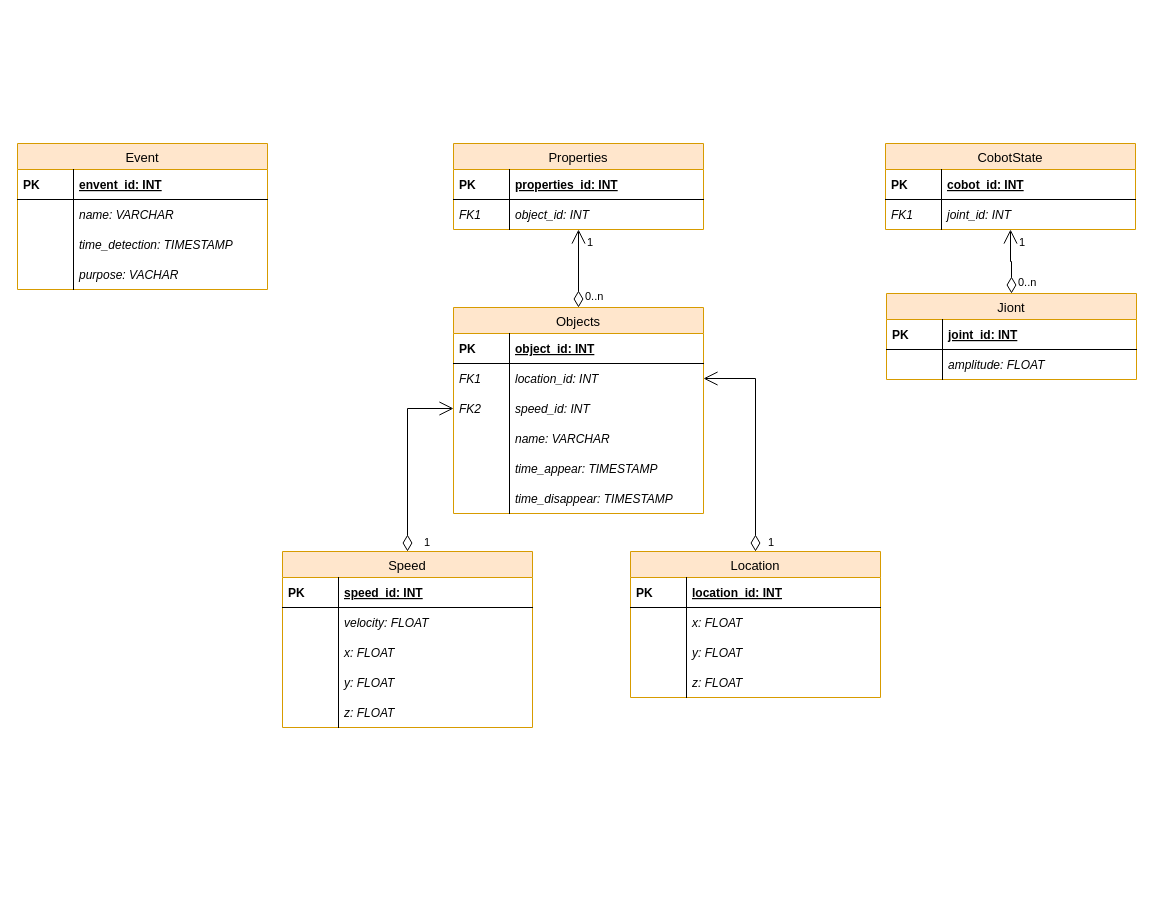
Above: page "Trang-10" (9 of 9) of user_diagram.drawio in LTDat-HustK65/GP_main_system (draw.io), before the change. Source tidied: cells renumbered, new cells numbered last; positions are measured from the earlier drawing's top-left corner, leaving out a move shared by most shapes. Both pictures are drawn from the tidied source at 100%, with x=0, y=0 at pixel (17, 143).
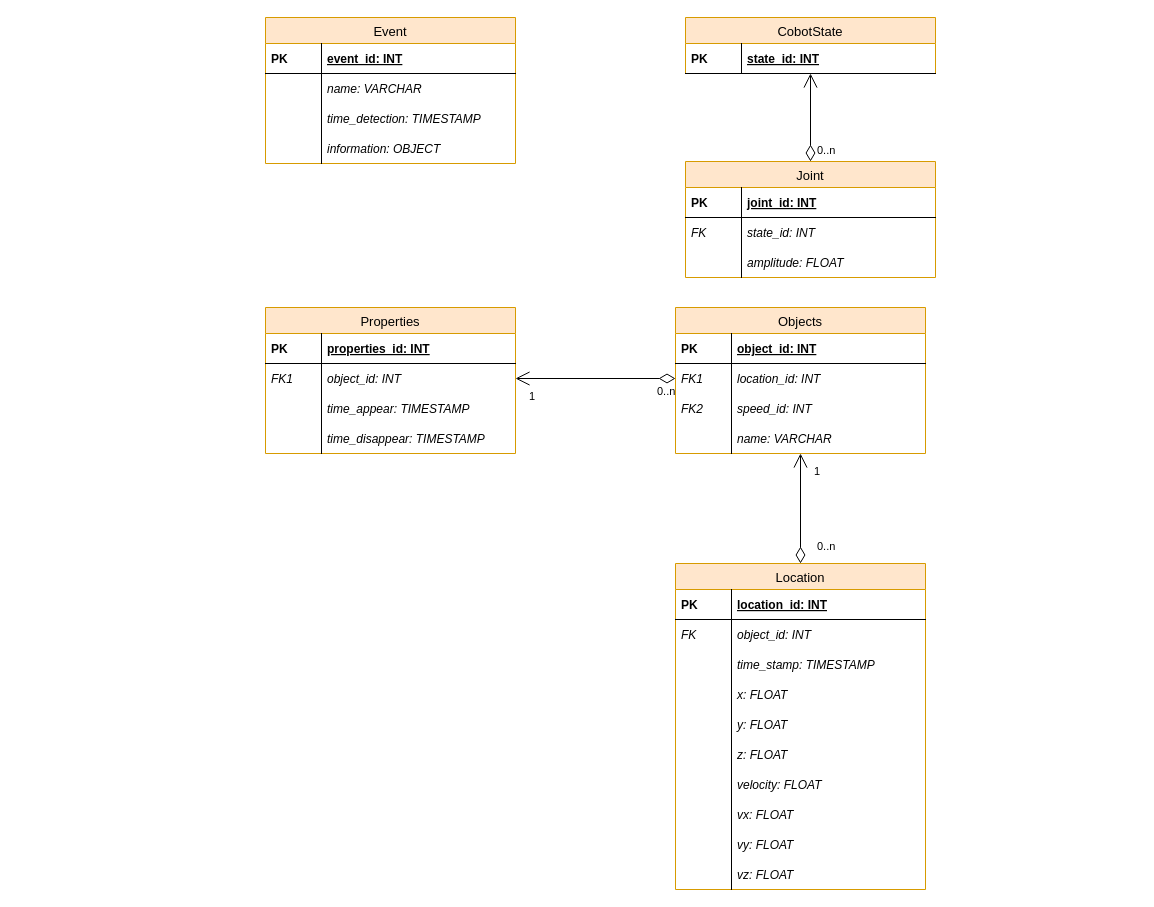
After the change.

The change refers to these unchanged cells:
```xml
<mxCell id="5" value="object_id: INT" style="shape=partialRectangle;top=0;left=0;right=0;bottom=0;align=left;verticalAlign=middle;fillColor=none;spacingLeft=60;spacingRight=4;overflow=hidden;points=[[0,0.5],[1,0.5]];portConstraint=eastwest;fontStyle=2;fontSize=12;strokeColor=none;" parent="2" vertex="1">
  <mxGeometry y="56" width="250" height="30" as="geometry" />
</mxCell>
<mxCell id="10" value="location_id: INT" style="shape=partialRectangle;top=0;left=0;right=0;bottom=0;align=left;verticalAlign=middle;fillColor=none;spacingLeft=60;spacingRight=4;overflow=hidden;points=[[0,0.5],[1,0.5]];portConstraint=eastwest;fontStyle=2;fontSize=12;strokeColor=none;" parent="7" vertex="1">
  <mxGeometry y="56" width="250" height="30" as="geometry" />
</mxCell>
<mxCell id="12" value="speed_id: INT" style="shape=partialRectangle;top=0;left=0;right=0;bottom=0;align=left;verticalAlign=middle;fillColor=none;spacingLeft=60;spacingRight=4;overflow=hidden;points=[[0,0.5],[1,0.5]];portConstraint=eastwest;fontStyle=2;fontSize=12;strokeColor=none;" parent="7" vertex="1">
  <mxGeometry y="86" width="250" height="30" as="geometry" />
</mxCell>
<mxCell id="55" style="endArrow=open;html=1;endSize=12;startArrow=diamondThin;startSize=14;startFill=0;edgeStyle=orthogonalEdgeStyle;rounded=0;exitX=0.5;exitY=0;exitDx=0;exitDy=0;" parent="1" edge="1" source="50" target="45">
  <mxGeometry relative="1" as="geometry" />
</mxCell>
```

Diff of the diagram source:
```diff
@@
     <mxCell id="2" value="Properties" style="swimlane;fontStyle=0;horizontal=1;startSize=26;fillColor=#ffe6cc;swimlaneFillColor=#ffffff;align=center;strokeWidth=1;fontSize=13;strokeColor=#d79b00;" parent="1" vertex="1">
-      <mxGeometry x="436" width="250" height="86" as="geometry" />
+      <mxGeometry x="248" y="164" width="250" height="146" as="geometry" />
     </mxCell>
@@
+    <mxCell id="16" value="time_appear: TIMESTAMP" style="shape=partialRectangle;top=0;left=0;right=0;bottom=0;align=left;verticalAlign=middle;fillColor=none;spacingLeft=60;spacingRight=4;overflow=hidden;fontStyle=2;fontSize=12;strokeColor=none;" parent="2" vertex="1">
+      <mxGeometry y="86" width="250" height="30" as="geometry" />
+    </mxCell>
+    <mxCell id="17" style="shape=partialRectangle;fontStyle=2;top=0;left=0;bottom=0;fillColor=none;align=left;verticalAlign=middle;spacingLeft=4;spacingRight=4;overflow=hidden;fontSize=12;" parent="16" vertex="1">
+      <mxGeometry width="56" height="30" as="geometry" />
+    </mxCell>
+    <mxCell id="18" value="time_disappear: TIMESTAMP" style="shape=partialRectangle;top=0;left=0;right=0;bottom=0;align=left;verticalAlign=middle;fillColor=none;spacingLeft=60;spacingRight=4;overflow=hidden;fontStyle=2;fontSize=12;strokeColor=none;" parent="2" vertex="1">
+      <mxGeometry y="116" width="250" height="30" as="geometry" />
+    </mxCell>
+    <mxCell id="19" style="shape=partialRectangle;fontStyle=2;top=0;left=0;bottom=0;fillColor=none;align=left;verticalAlign=middle;spacingLeft=4;spacingRight=4;overflow=hidden;fontSize=12;" parent="18" vertex="1">
+      <mxGeometry width="56" height="30" as="geometry" />
+    </mxCell>
     <mxCell id="7" value="Objects" style="swimlane;fontStyle=0;horizontal=1;startSize=26;fillColor=#ffe6cc;swimlaneFillColor=#ffffff;align=center;strokeWidth=1;fontSize=13;strokeColor=#d79b00;" parent="1" vertex="1">
-      <mxGeometry x="436" y="164" width="250" height="206" as="geometry" />
+      <mxGeometry x="658" y="164" width="250" height="146" as="geometry" />
     </mxCell>
@@
-    <mxCell id="16" value="time_appear: TIMESTAMP" style="shape=partialRectangle;top=0;left=0;right=0;bottom=0;align=left;verticalAlign=middle;fillColor=none;spacingLeft=60;spacingRight=4;overflow=hidden;fontStyle=2;fontSize=12;strokeColor=none;" parent="7" vertex="1">
-      <mxGeometry y="146" width="250" height="30" as="geometry" />
-    </mxCell>
-    <mxCell id="17" style="shape=partialRectangle;fontStyle=2;top=0;left=0;bottom=0;fillColor=none;align=left;verticalAlign=middle;spacingLeft=4;spacingRight=4;overflow=hidden;fontSize=12;" parent="16" vertex="1">
-      <mxGeometry width="56" height="30" as="geometry" />
-    </mxCell>
-    <mxCell id="18" value="time_disappear: TIMESTAMP" style="shape=partialRectangle;top=0;left=0;right=0;bottom=0;align=left;verticalAlign=middle;fillColor=none;spacingLeft=60;spacingRight=4;overflow=hidden;fontStyle=2;fontSize=12;strokeColor=none;" parent="7" vertex="1">
-      <mxGeometry y="176" width="250" height="30" as="geometry" />
-    </mxCell>
-    <mxCell id="19" style="shape=partialRectangle;fontStyle=2;top=0;left=0;bottom=0;fillColor=none;align=left;verticalAlign=middle;spacingLeft=4;spacingRight=4;overflow=hidden;fontSize=12;" parent="18" vertex="1">
-      <mxGeometry width="56" height="30" as="geometry" />
-    </mxCell>
-    <mxCell id="20" value="Speed" style="swimlane;fontStyle=0;horizontal=1;startSize=26;fillColor=#ffe6cc;swimlaneFillColor=#ffffff;align=center;strokeWidth=1;fontSize=13;strokeColor=#d79b00;" parent="1" vertex="1">
-      <mxGeometry x="265" y="408" width="250" height="176" as="geometry" />
-    </mxCell>
-    <mxCell id="21" value="speed_id: INT" style="shape=partialRectangle;top=0;left=0;right=0;bottom=1;align=left;verticalAlign=middle;fillColor=none;spacingLeft=60;spacingRight=4;overflow=hidden;fontStyle=5;fontSize=12;strokeColor=#000000;perimeterSpacing=0;" parent="20" vertex="1">
-      <mxGeometry y="26" width="250" height="30" as="geometry" />
-    </mxCell>
-    <mxCell id="22" value="PK" style="shape=partialRectangle;fontStyle=1;top=0;left=0;bottom=0;fillColor=none;align=left;verticalAlign=middle;spacingLeft=4;spacingRight=4;overflow=hidden;fontSize=12;" parent="21" vertex="1">
-      <mxGeometry width="56" height="30" as="geometry" />
-    </mxCell>
+    <mxCell id="31" value="Location" style="swimlane;fontStyle=0;horizontal=1;startSize=26;fillColor=#ffe6cc;swimlaneFillColor=#ffffff;align=center;strokeWidth=1;fontSize=13;strokeColor=#d79b00;" parent="1" vertex="1">
+      <mxGeometry x="658" y="420" width="250" height="326" as="geometry" />
+    </mxCell>
+    <mxCell id="32" value="location_id: INT" style="shape=partialRectangle;top=0;left=0;right=0;bottom=1;align=left;verticalAlign=middle;fillColor=none;spacingLeft=60;spacingRight=4;overflow=hidden;fontStyle=5;fontSize=12;strokeColor=#000000;perimeterSpacing=0;" parent="31" vertex="1">
+      <mxGeometry y="26" width="250" height="30" as="geometry" />
+    </mxCell>
+    <mxCell id="33" value="PK" style="shape=partialRectangle;fontStyle=1;top=0;left=0;bottom=0;fillColor=none;align=left;verticalAlign=middle;spacingLeft=4;spacingRight=4;overflow=hidden;fontSize=12;" parent="32" vertex="1">
+      <mxGeometry width="56" height="30" as="geometry" />
+    </mxCell>
+    <mxCell id="67" value="object_id: INT" style="shape=partialRectangle;top=0;left=0;right=0;bottom=0;align=left;verticalAlign=middle;fillColor=none;spacingLeft=60;spacingRight=4;overflow=hidden;fontStyle=2;fontSize=12;strokeColor=none;" parent="31" vertex="1">
+      <mxGeometry y="56" width="250" height="30" as="geometry" />
+    </mxCell>
+    <mxCell id="68" value="FK" style="shape=partialRectangle;fontStyle=2;top=0;left=0;bottom=0;fillColor=none;align=left;verticalAlign=middle;spacingLeft=4;spacingRight=4;overflow=hidden;fontSize=12;" parent="67" vertex="1">
+      <mxGeometry width="56" height="30" as="geometry" />
+    </mxCell>
+    <mxCell id="69" value="time_stamp: TIMESTAMP" style="shape=partialRectangle;top=0;left=0;right=0;bottom=0;align=left;verticalAlign=middle;fillColor=none;spacingLeft=60;spacingRight=4;overflow=hidden;fontStyle=2;fontSize=12;strokeColor=none;" parent="31" vertex="1">
+      <mxGeometry y="86" width="250" height="30" as="geometry" />
+    </mxCell>
+    <mxCell id="70" style="shape=partialRectangle;fontStyle=2;top=0;left=0;bottom=0;fillColor=none;align=left;verticalAlign=middle;spacingLeft=4;spacingRight=4;overflow=hidden;fontSize=12;" parent="69" vertex="1">
+      <mxGeometry width="56" height="30" as="geometry" />
+    </mxCell>
+    <mxCell id="34" value="x: FLOAT" style="shape=partialRectangle;top=0;left=0;right=0;bottom=0;align=left;verticalAlign=middle;fillColor=none;spacingLeft=60;spacingRight=4;overflow=hidden;fontStyle=2;fontSize=12;strokeColor=none;" parent="31" vertex="1">
+      <mxGeometry y="116" width="250" height="30" as="geometry" />
+    </mxCell>
+    <mxCell id="35" style="shape=partialRectangle;fontStyle=2;top=0;left=0;bottom=0;fillColor=none;align=left;verticalAlign=middle;spacingLeft=4;spacingRight=4;overflow=hidden;fontSize=12;" parent="34" vertex="1">
+      <mxGeometry width="56" height="30" as="geometry" />
+    </mxCell>
+    <mxCell id="36" value="y: FLOAT" style="shape=partialRectangle;top=0;left=0;right=0;bottom=0;align=left;verticalAlign=middle;fillColor=none;spacingLeft=60;spacingRight=4;overflow=hidden;fontStyle=2;fontSize=12;strokeColor=none;" parent="31" vertex="1">
+      <mxGeometry y="146" width="250" height="30" as="geometry" />
+    </mxCell>
+    <mxCell id="37" style="shape=partialRectangle;fontStyle=2;top=0;left=0;bottom=0;fillColor=none;align=left;verticalAlign=middle;spacingLeft=4;spacingRight=4;overflow=hidden;fontSize=12;" parent="36" vertex="1">
+      <mxGeometry width="56" height="30" as="geometry" />
+    </mxCell>
+    <mxCell id="38" value="z: FLOAT" style="shape=partialRectangle;top=0;left=0;right=0;bottom=0;align=left;verticalAlign=middle;fillColor=none;spacingLeft=60;spacingRight=4;overflow=hidden;fontStyle=2;fontSize=12;strokeColor=none;" parent="31" vertex="1">
+      <mxGeometry y="176" width="250" height="30" as="geometry" />
+    </mxCell>
+    <mxCell id="71" style="shape=partialRectangle;fontStyle=2;top=0;left=0;bottom=0;fillColor=none;align=left;verticalAlign=middle;spacingLeft=4;spacingRight=4;overflow=hidden;fontSize=12;" parent="38" vertex="1">
+      <mxGeometry width="56" height="30" as="geometry" />
+    </mxCell>
-    <mxCell id="23" value="velocity: FLOAT" style="shape=partialRectangle;top=0;left=0;right=0;bottom=0;align=left;verticalAlign=middle;fillColor=none;spacingLeft=60;spacingRight=4;overflow=hidden;fontStyle=2;fontSize=12;strokeColor=none;" parent="20" vertex="1">
-      <mxGeometry y="56" width="250" height="30" as="geometry" />
+    <mxCell id="23" value="velocity: FLOAT" style="shape=partialRectangle;top=0;left=0;right=0;bottom=0;align=left;verticalAlign=middle;fillColor=none;spacingLeft=60;spacingRight=4;overflow=hidden;fontStyle=2;fontSize=12;strokeColor=none;" parent="31" vertex="1">
+      <mxGeometry y="206" width="250" height="30" as="geometry" />
     </mxCell>
@@
-    <mxCell id="25" value="x: FLOAT" style="shape=partialRectangle;top=0;left=0;right=0;bottom=0;align=left;verticalAlign=middle;fillColor=none;spacingLeft=60;spacingRight=4;overflow=hidden;fontStyle=2;fontSize=12;strokeColor=none;" parent="20" vertex="1">
-      <mxGeometry y="86" width="250" height="30" as="geometry" />
+    <mxCell id="25" value="vx: FLOAT" style="shape=partialRectangle;top=0;left=0;right=0;bottom=0;align=left;verticalAlign=middle;fillColor=none;spacingLeft=60;spacingRight=4;overflow=hidden;fontStyle=2;fontSize=12;strokeColor=none;" parent="31" vertex="1">
+      <mxGeometry y="236" width="250" height="30" as="geometry" />
     </mxCell>
@@
-    <mxCell id="27" value="y: FLOAT" style="shape=partialRectangle;top=0;left=0;right=0;bottom=0;align=left;verticalAlign=middle;fillColor=none;spacingLeft=60;spacingRight=4;overflow=hidden;fontStyle=2;fontSize=12;strokeColor=none;" parent="20" vertex="1">
-      <mxGeometry y="116" width="250" height="30" as="geometry" />
+    <mxCell id="27" value="vy: FLOAT" style="shape=partialRectangle;top=0;left=0;right=0;bottom=0;align=left;verticalAlign=middle;fillColor=none;spacingLeft=60;spacingRight=4;overflow=hidden;fontStyle=2;fontSize=12;strokeColor=none;" parent="31" vertex="1">
+      <mxGeometry y="266" width="250" height="30" as="geometry" />
     </mxCell>
@@
-    <mxCell id="29" value="z: FLOAT" style="shape=partialRectangle;top=0;left=0;right=0;bottom=0;align=left;verticalAlign=middle;fillColor=none;spacingLeft=60;spacingRight=4;overflow=hidden;fontStyle=2;fontSize=12;strokeColor=none;" parent="20" vertex="1">
-      <mxGeometry y="146" width="250" height="30" as="geometry" />
+    <mxCell id="29" value="vz: FLOAT" style="shape=partialRectangle;top=0;left=0;right=0;bottom=0;align=left;verticalAlign=middle;fillColor=none;spacingLeft=60;spacingRight=4;overflow=hidden;fontStyle=2;fontSize=12;strokeColor=none;" parent="31" vertex="1">
+      <mxGeometry y="296" width="250" height="30" as="geometry" />
     </mxCell>
@@
-    <mxCell id="31" value="Location" style="swimlane;fontStyle=0;horizontal=1;startSize=26;fillColor=#ffe6cc;swimlaneFillColor=#ffffff;align=center;strokeWidth=1;fontSize=13;strokeColor=#d79b00;" parent="1" vertex="1">
-      <mxGeometry x="613" y="408" width="250" height="146" as="geometry" />
-    </mxCell>
-    <mxCell id="32" value="location_id: INT" style="shape=partialRectangle;top=0;left=0;right=0;bottom=1;align=left;verticalAlign=middle;fillColor=none;spacingLeft=60;spacingRight=4;overflow=hidden;fontStyle=5;fontSize=12;strokeColor=#000000;perimeterSpacing=0;" parent="31" vertex="1">
-      <mxGeometry y="26" width="250" height="30" as="geometry" />
-    </mxCell>
-    <mxCell id="33" value="PK" style="shape=partialRectangle;fontStyle=1;top=0;left=0;bottom=0;fillColor=none;align=left;verticalAlign=middle;spacingLeft=4;spacingRight=4;overflow=hidden;fontSize=12;" parent="32" vertex="1">
-      <mxGeometry width="56" height="30" as="geometry" />
-    </mxCell>
-    <mxCell id="34" value="x: FLOAT" style="shape=partialRectangle;top=0;left=0;right=0;bottom=0;align=left;verticalAlign=middle;fillColor=none;spacingLeft=60;spacingRight=4;overflow=hidden;fontStyle=2;fontSize=12;strokeColor=none;" parent="31" vertex="1">
-      <mxGeometry y="56" width="250" height="30" as="geometry" />
-    </mxCell>
-    <mxCell id="35" style="shape=partialRectangle;fontStyle=2;top=0;left=0;bottom=0;fillColor=none;align=left;verticalAlign=middle;spacingLeft=4;spacingRight=4;overflow=hidden;fontSize=12;" parent="34" vertex="1">
-      <mxGeometry width="56" height="30" as="geometry" />
-    </mxCell>
-    <mxCell id="36" value="y: FLOAT" style="shape=partialRectangle;top=0;left=0;right=0;bottom=0;align=left;verticalAlign=middle;fillColor=none;spacingLeft=60;spacingRight=4;overflow=hidden;fontStyle=2;fontSize=12;strokeColor=none;" parent="31" vertex="1">
-      <mxGeometry y="86" width="250" height="30" as="geometry" />
-    </mxCell>
-    <mxCell id="37" style="shape=partialRectangle;fontStyle=2;top=0;left=0;bottom=0;fillColor=none;align=left;verticalAlign=middle;spacingLeft=4;spacingRight=4;overflow=hidden;fontSize=12;" parent="36" vertex="1">
-      <mxGeometry width="56" height="30" as="geometry" />
-    </mxCell>
-    <mxCell id="38" value="z: FLOAT" style="shape=partialRectangle;top=0;left=0;right=0;bottom=0;align=left;verticalAlign=middle;fillColor=none;spacingLeft=60;spacingRight=4;overflow=hidden;fontStyle=2;fontSize=12;strokeColor=none;" parent="31" vertex="1">
-      <mxGeometry y="116" width="250" height="30" as="geometry" />
-    </mxCell>
-    <mxCell id="39" style="shape=partialRectangle;fontStyle=2;top=0;left=0;bottom=0;fillColor=none;align=left;verticalAlign=middle;spacingLeft=4;spacingRight=4;overflow=hidden;fontSize=12;" parent="38" vertex="1">
-      <mxGeometry width="56" height="30" as="geometry" />
-    </mxCell>
-    <mxCell id="40" style="endArrow=open;html=1;endSize=12;startArrow=diamondThin;startSize=14;startFill=0;edgeStyle=orthogonalEdgeStyle;rounded=0;exitX=0.5;exitY=0;exitDx=0;exitDy=0;" parent="1" edge="1" source="7" target="2">
-      <mxGeometry relative="1" as="geometry" />
-    </mxCell>
-    <mxCell id="41" value="0..n" style="edgeLabel;html=1;align=left;verticalAlign=top;" parent="40" vertex="1">
-      <mxGeometry x="-1" relative="1" as="geometry">
-        <mxPoint x="5" y="-24" as="offset" />
-      </mxGeometry>
-    </mxCell>
-    <mxCell id="42" value="1" style="edgeLabel;html=1;align=right;verticalAlign=top;" parent="40" vertex="1">
-      <mxGeometry x="1" relative="1" as="geometry">
-        <mxPoint x="15" as="offset" />
-      </mxGeometry>
-    </mxCell>
-    <mxCell id="43" value="1" style="endArrow=open;html=1;endSize=12;startArrow=diamondThin;startSize=14;startFill=0;edgeStyle=orthogonalEdgeStyle;align=left;verticalAlign=bottom;rounded=0;exitX=0.5;exitY=0;exitDx=0;exitDy=0;entryX=1;entryY=0.5;entryDx=0;entryDy=0;" parent="1" edge="1" source="31" target="10">
-      <mxGeometry x="-1" y="-11" relative="1" as="geometry" />
-    </mxCell>
-    <mxCell id="44" value="1" style="endArrow=open;html=1;endSize=12;startArrow=diamondThin;startSize=14;startFill=0;edgeStyle=orthogonalEdgeStyle;align=left;verticalAlign=bottom;rounded=0;exitX=0.5;exitY=0;exitDx=0;exitDy=0;entryX=0;entryY=0.5;entryDx=0;entryDy=0;" parent="1" edge="1" source="20" target="12">
-      <mxGeometry x="-1" y="-15" relative="1" as="geometry" />
-    </mxCell>
     <mxCell id="45" value="CobotState" style="swimlane;fontStyle=0;horizontal=1;startSize=26;fillColor=#ffe6cc;swimlaneFillColor=#ffffff;align=center;strokeWidth=1;fontSize=13;strokeColor=#d79b00;" parent="1" vertex="1">
-      <mxGeometry x="868" width="250" height="86" as="geometry" />
+      <mxGeometry x="668" y="-126" width="250" height="56" as="geometry" />
     </mxCell>
-    <mxCell id="46" value="cobot_id: INT" style="shape=partialRectangle;top=0;left=0;right=0;bottom=1;align=left;verticalAlign=middle;fillColor=none;spacingLeft=60;spacingRight=4;overflow=hidden;fontStyle=5;fontSize=12;strokeColor=#000000;perimeterSpacing=0;" parent="45" vertex="1">
+    <mxCell id="46" value="state_id: INT" style="shape=partialRectangle;top=0;left=0;right=0;bottom=1;align=left;verticalAlign=middle;fillColor=none;spacingLeft=60;spacingRight=4;overflow=hidden;fontStyle=5;fontSize=12;strokeColor=#000000;perimeterSpacing=0;" parent="45" vertex="1">
       <mxGeometry y="26" width="250" height="30" as="geometry" />
     </mxCell>
@@
-    <mxCell id="48" value="joint_id: INT" style="shape=partialRectangle;top=0;left=0;right=0;bottom=0;align=left;verticalAlign=middle;fillColor=none;spacingLeft=60;spacingRight=4;overflow=hidden;fontStyle=2;fontSize=12;strokeColor=none;" parent="45" vertex="1">
-      <mxGeometry y="56" width="250" height="30" as="geometry" />
-    </mxCell>
-    <mxCell id="49" value="FK1" style="shape=partialRectangle;fontStyle=2;top=0;left=0;bottom=0;fillColor=none;align=left;verticalAlign=middle;spacingLeft=4;spacingRight=4;overflow=hidden;fontSize=12;" parent="48" vertex="1">
-      <mxGeometry width="56" height="30" as="geometry" />
-    </mxCell>
-    <mxCell id="50" value="Jiont" style="swimlane;fontStyle=0;horizontal=1;startSize=26;fillColor=#ffe6cc;swimlaneFillColor=#ffffff;align=center;strokeWidth=1;fontSize=13;strokeColor=#d79b00;" parent="1" vertex="1">
-      <mxGeometry x="869" y="150" width="250" height="86" as="geometry" />
+    <mxCell id="50" value="Joint" style="swimlane;fontStyle=0;horizontal=1;startSize=26;fillColor=#ffe6cc;swimlaneFillColor=#ffffff;align=center;strokeWidth=1;fontSize=13;strokeColor=#d79b00;" parent="1" vertex="1">
+      <mxGeometry x="668" y="18" width="250" height="116" as="geometry" />
     </mxCell>
@@
+    <mxCell id="72" value="state_id: INT" style="shape=partialRectangle;top=0;left=0;right=0;bottom=0;align=left;verticalAlign=middle;fillColor=none;spacingLeft=60;spacingRight=4;overflow=hidden;fontStyle=2;fontSize=12;strokeColor=none;" parent="50" vertex="1">
+      <mxGeometry y="56" width="250" height="30" as="geometry" />
+    </mxCell>
+    <mxCell id="73" value="FK" style="shape=partialRectangle;fontStyle=2;top=0;left=0;bottom=0;fillColor=none;align=left;verticalAlign=middle;spacingLeft=4;spacingRight=4;overflow=hidden;fontSize=12;" parent="72" vertex="1">
+      <mxGeometry width="56" height="30" as="geometry" />
+    </mxCell>
     <mxCell id="53" value="amplitude: FLOAT" style="shape=partialRectangle;top=0;left=0;right=0;bottom=0;align=left;verticalAlign=middle;fillColor=none;spacingLeft=60;spacingRight=4;overflow=hidden;fontStyle=2;fontSize=12;strokeColor=none;" parent="50" vertex="1">
-      <mxGeometry y="56" width="250" height="30" as="geometry" />
+      <mxGeometry y="86" width="250" height="30" as="geometry" />
     </mxCell>
@@
-    <mxCell id="57" value="1" style="edgeLabel;html=1;align=right;verticalAlign=top;" parent="55" vertex="1">
-      <mxGeometry x="1" relative="1" as="geometry">
-        <mxPoint x="15" as="offset" />
-      </mxGeometry>
-    </mxCell>
     <mxCell id="58" value="Event" style="swimlane;fontStyle=0;horizontal=1;startSize=26;fillColor=#ffe6cc;swimlaneFillColor=#ffffff;align=center;strokeWidth=1;fontSize=13;strokeColor=#d79b00;" parent="1" vertex="1">
-      <mxGeometry width="250" height="146" as="geometry" />
+      <mxGeometry x="248" y="-126" width="250" height="146" as="geometry" />
     </mxCell>
-    <mxCell id="59" value="envent_id: INT" style="shape=partialRectangle;top=0;left=0;right=0;bottom=1;align=left;verticalAlign=middle;fillColor=none;spacingLeft=60;spacingRight=4;overflow=hidden;fontStyle=5;fontSize=12;strokeColor=#000000;perimeterSpacing=0;" parent="58" vertex="1">
+    <mxCell id="59" value="event_id: INT" style="shape=partialRectangle;top=0;left=0;right=0;bottom=1;align=left;verticalAlign=middle;fillColor=none;spacingLeft=60;spacingRight=4;overflow=hidden;fontStyle=5;fontSize=12;strokeColor=#000000;perimeterSpacing=0;" parent="58" vertex="1">
       <mxGeometry y="26" width="250" height="30" as="geometry" />
     </mxCell>
@@
-    <mxCell id="65" value="purpose: VACHAR" style="shape=partialRectangle;top=0;left=0;right=0;bottom=0;align=left;verticalAlign=middle;fillColor=none;spacingLeft=60;spacingRight=4;overflow=hidden;fontStyle=2;fontSize=12;strokeColor=none;" parent="58" vertex="1">
+    <mxCell id="65" value="information: OBJECT" style="shape=partialRectangle;top=0;left=0;right=0;bottom=0;align=left;verticalAlign=middle;fillColor=none;spacingLeft=60;spacingRight=4;overflow=hidden;fontStyle=2;fontSize=12;strokeColor=none;" parent="58" vertex="1">
       <mxGeometry y="116" width="250" height="30" as="geometry" />
     </mxCell>
@@
+    <mxCell id="74" style="endArrow=open;html=1;endSize=12;startArrow=diamondThin;startSize=14;startFill=0;edgeStyle=orthogonalEdgeStyle;rounded=0;exitX=0;exitY=0.5;exitDx=0;exitDy=0;" parent="1" edge="1" source="10" target="5">
+      <mxGeometry relative="1" as="geometry" />
+    </mxCell>
+    <mxCell id="75" value="0..n" style="edgeLabel;html=1;align=left;verticalAlign=top;" parent="74" vertex="1">
+      <mxGeometry x="-1" relative="1" as="geometry">
+        <mxPoint x="-20" as="offset" />
+      </mxGeometry>
+    </mxCell>
+    <mxCell id="76" value="1" style="edgeLabel;html=1;align=right;verticalAlign=top;" parent="74" vertex="1">
+      <mxGeometry x="1" relative="1" as="geometry">
+        <mxPoint x="20" y="5" as="offset" />
+      </mxGeometry>
+    </mxCell>
+    <mxCell id="77" style="endArrow=open;html=1;endSize=12;startArrow=diamondThin;startSize=14;startFill=0;edgeStyle=orthogonalEdgeStyle;rounded=0;exitX=0.5;exitY=0;exitDx=0;exitDy=0;" parent="1" edge="1" source="31" target="7">
+      <mxGeometry relative="1" as="geometry" />
+    </mxCell>
+    <mxCell id="78" value="0..n" style="edgeLabel;html=1;align=left;verticalAlign=top;" parent="77" vertex="1">
+      <mxGeometry x="-1" relative="1" as="geometry">
+        <mxPoint x="15" y="-30" as="offset" />
+      </mxGeometry>
+    </mxCell>
+    <mxCell id="79" value="1" style="edgeLabel;html=1;align=right;verticalAlign=top;" parent="77" vertex="1">
+      <mxGeometry x="1" relative="1" as="geometry">
+        <mxPoint x="20" y="5" as="offset" />
+      </mxGeometry>
+    </mxCell>
```
